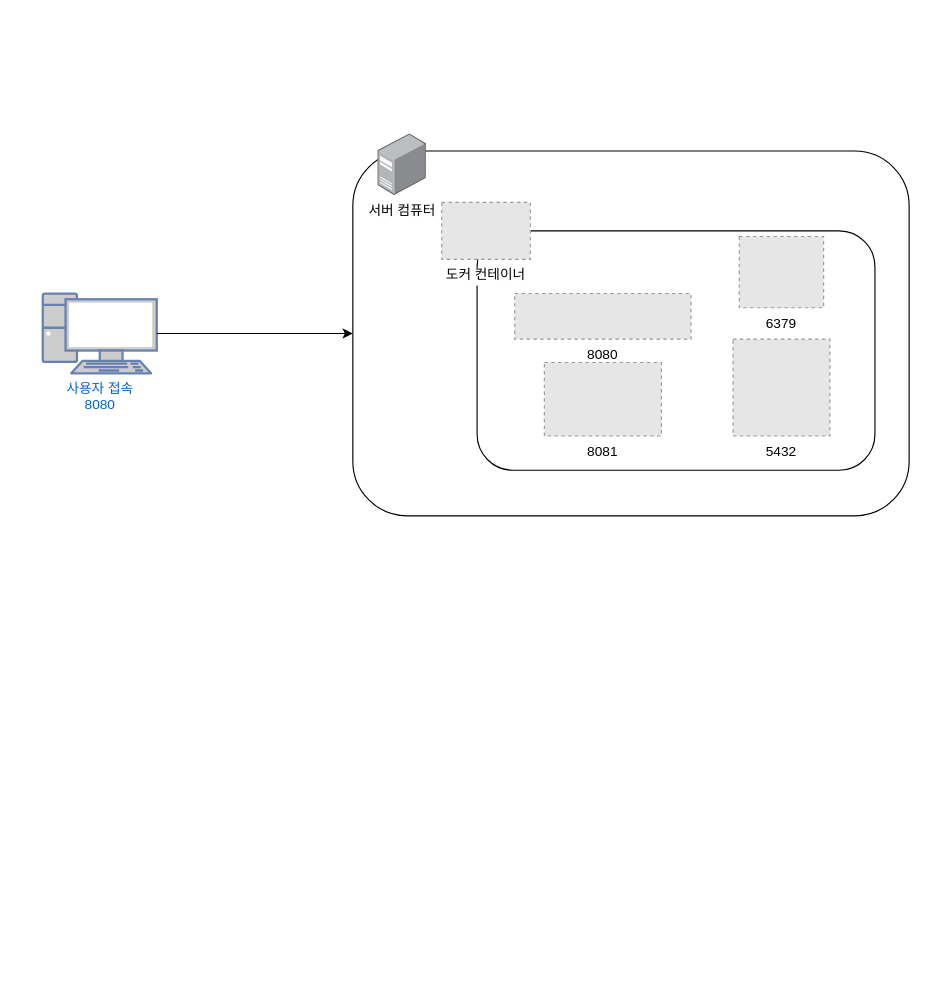
zkvn99/daeseda-renewal keeps this draw.io diagram as 서버 아키텍쳐.drawio. Above is the earlier version. Source tidied: cells renumbered, new cells numbered last; positions are measured from the earlier drawing's top-left corner, leaving out a move shared by most shapes. Both pictures are drawn from the tidied source at 114%, with x=0, y=0 at pixel (42, 133). Pictures stored in the file or linked from it are replaced by grey dashed boxes.
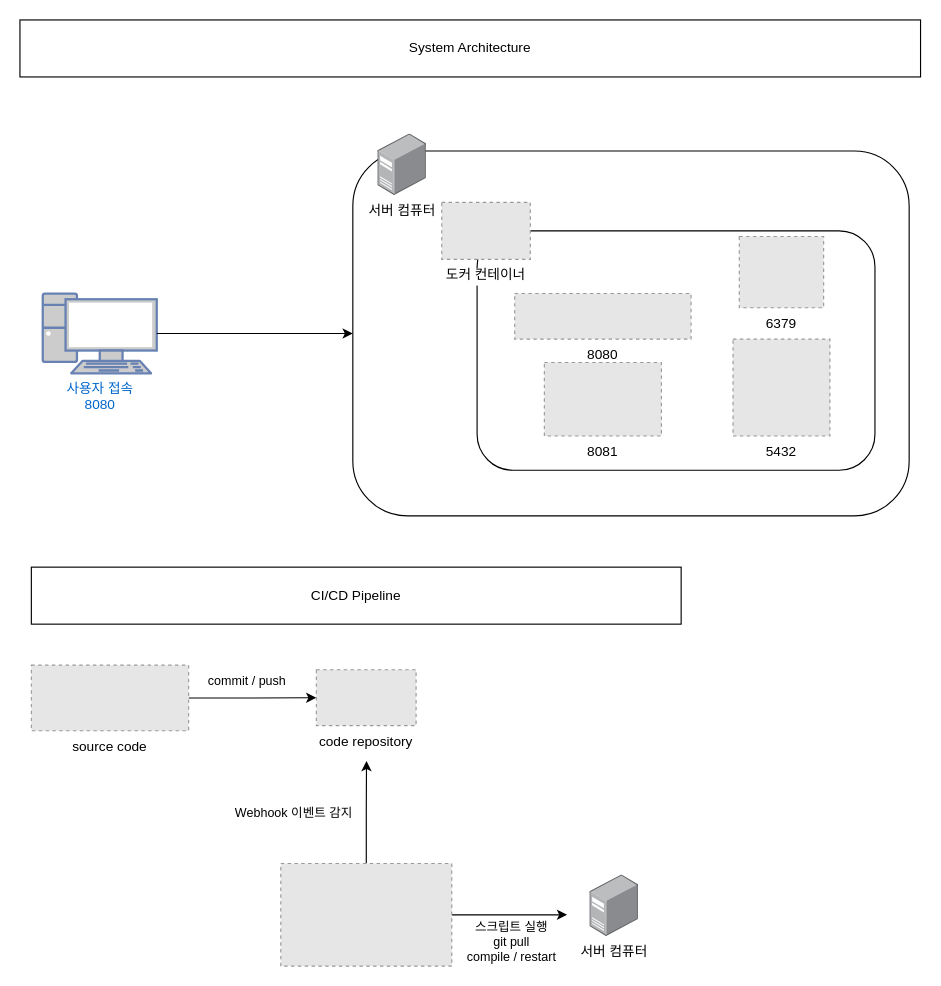
After the change.

Commit message:
서버 아키텍쳐.drawio 업데이트

Change to the diagram source:
```diff
@@
+    <mxCell id="12" value="CI/CD Pipeline" style="rounded=0;whiteSpace=wrap;html=1;" parent="1" vertex="1">
+      <mxGeometry x="-10" y="380" width="570" height="50" as="geometry" />
+    </mxCell>
@@
+    <mxCell id="13" value="commit / push" style="edgeStyle=orthogonalEdgeStyle;rounded=0;jettySize=auto;html=1;" parent="1" edge="1" source="14" target="15">
+      <mxGeometry x="-0.09" y="15" relative="1" as="geometry" />
+    </mxCell>
+    <mxCell id="14" value="source code" style="fillColor=#E6E6E6;strokeColor=#999999;dashed=1;verticalLabelPosition=bottom;labelBackgroundColor=default;verticalAlign=top;" parent="1" vertex="1">
+      <mxGeometry x="-10" y="466" width="138" height="57.5" as="geometry" />
+    </mxCell>
+    <mxCell id="15" value="code repository" style="fillColor=#E6E6E6;strokeColor=#999999;dashed=1;verticalLabelPosition=bottom;labelBackgroundColor=default;verticalAlign=top;" parent="1" vertex="1">
+      <mxGeometry x="240" y="470" width="87.5" height="49" as="geometry" />
+    </mxCell>
+    <mxCell id="16" value="Webhook 이벤트 감지" style="edgeStyle=orthogonalEdgeStyle;rounded=0;jettySize=auto;html=1;" parent="1" edge="1" source="18">
+      <mxGeometry x="-0.02" y="-64" relative="1" as="geometry">
+        <mxPoint x="284" y="550" as="targetPoint" />
+        <mxPoint x="-128" as="offset" />
+      </mxGeometry>
+    </mxCell>
+    <mxCell id="17" value="스크립트 실행&lt;br&gt;git pull&lt;br&gt;compile / restart" style="edgeStyle=orthogonalEdgeStyle;rounded=0;jettySize=auto;html=1;" parent="1" edge="1" source="18">
+      <mxGeometry x="0.02" y="-24" relative="1" as="geometry">
+        <mxPoint x="460" y="685" as="targetPoint" />
+      </mxGeometry>
+    </mxCell>
+    <mxCell id="18" style="fillColor=#E6E6E6;strokeColor=#999999;dashed=1;verticalLabelPosition=bottom;labelBackgroundColor=default;verticalAlign=top;" parent="1" vertex="1">
+      <mxGeometry x="208.8" y="640" width="150" height="90" as="geometry" />
+    </mxCell>
+    <mxCell id="19" value="서버 컴퓨터" style="image;html=1;align=center;shadow=0;dashed=0;image=img/lib/allied_telesis/computer_and_terminals/Server_Desktop.svg;" parent="1" vertex="1">
+      <mxGeometry x="480" y="650" width="42.6" height="54" as="geometry" />
+    </mxCell>
+    <mxCell id="20" value="System Architecture" style="rounded=0;whiteSpace=wrap;html=1;" parent="1" vertex="1">
+      <mxGeometry x="-20" y="-100" width="790" height="50" as="geometry" />
+    </mxCell>
```
